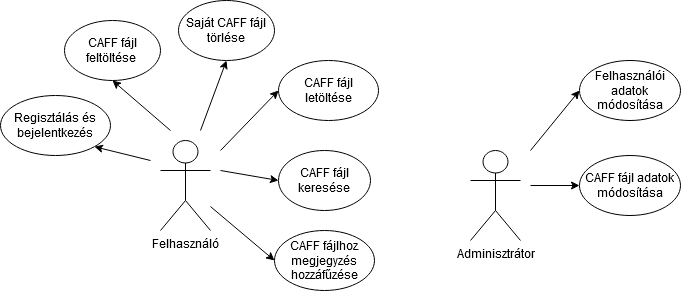
Earlier version of the draw.io export design/drawio/userScenarios.png (Frydraca/SzBiztonsagHF-C-Sec). Source tidied: cells renumbered, new cells last; positions are measured from the earlier drawing's top-left corner, leaving out a move shared by most shapes.
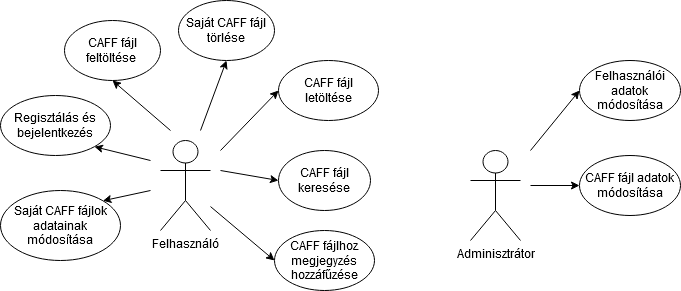
After the commit.

What changed in the source:
```diff
@@ -70,5 +70,13 @@
         <mxPoint x="200" y="130" as="sourcePoint" />
       </mxGeometry>
     </mxCell>
+    <mxCell id="20" value="Saját CAFF fájlok adatainak módosítása" style="ellipse;whiteSpace=wrap;html=1;" parent="1" vertex="1">
+      <mxGeometry y="190" width="120" height="70" as="geometry" />
+    </mxCell>
+    <mxCell id="21" style="endArrow=classic;html=1;entryX=1;entryY=0;entryDx=0;entryDy=0;" parent="1" edge="1" target="20">
+      <mxGeometry relative="1" as="geometry">
+        <mxPoint x="150" y="190" as="sourcePoint" />
+      </mxGeometry>
+    </mxCell>
   </root>
 </mxGraphModel>
```
